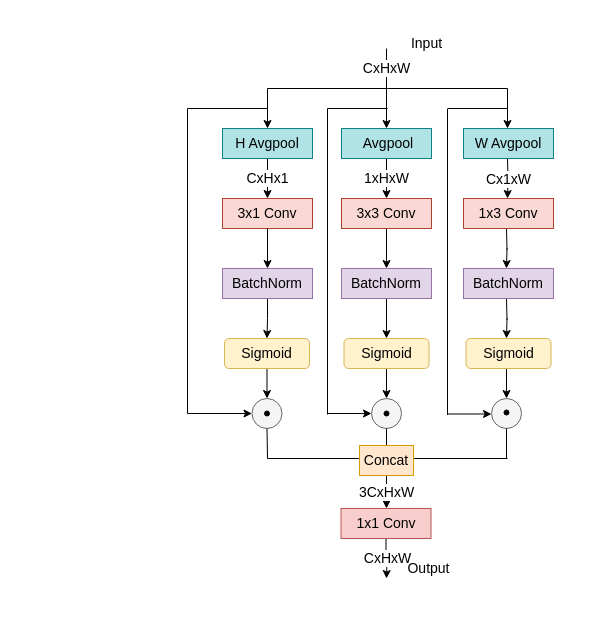
Dshdarkness/Timporal_is_all_U_need keeps this draw.io diagram as 裂缝检测三元坐标注意力模块.drawio. Above is the earlier version. Source tidied: cells renumbered, new cells numbered last; positions are measured from the earlier drawing's top-left corner, leaving out a move shared by most shapes. Both pictures are drawn from the tidied source at 100%, with x=0, y=0 at pixel (17, 28).
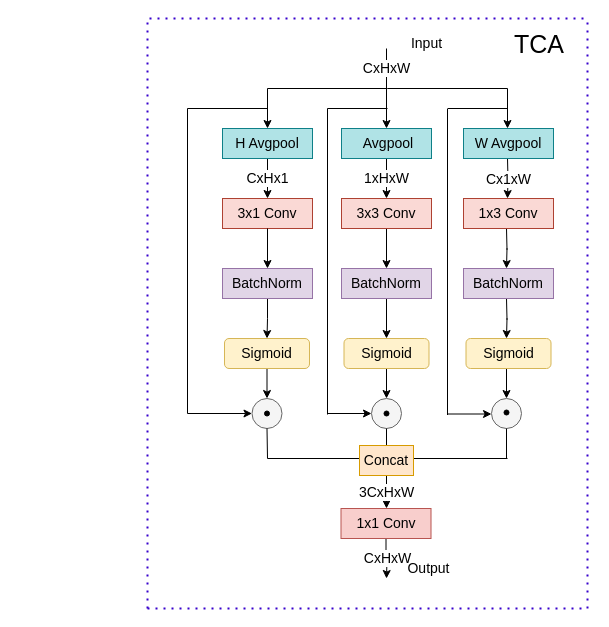
The same page after the edit.

Commit message:
更新裂缝检测三元坐标注意力模块.drawio

What changed in the source:
```diff
@@
+    <mxCell id="59" style="endArrow=none;dashed=1;html=1;dashPattern=1 3;strokeWidth=2;rounded=0;fontSize=25;fillColor=#6a00ff;strokeColor=#3700CC;" parent="1" edge="1">
+      <mxGeometry relative="1" as="geometry">
+        <mxPoint x="130" y="580" as="sourcePoint" />
+        <mxPoint x="130" y="-10" as="targetPoint" />
+      </mxGeometry>
+    </mxCell>
+    <mxCell id="60" style="endArrow=none;dashed=1;html=1;dashPattern=1 3;strokeWidth=2;rounded=0;fontSize=25;fillColor=#6a00ff;strokeColor=#3700CC;" parent="1" edge="1">
+      <mxGeometry relative="1" as="geometry">
+        <mxPoint x="130" y="580" as="sourcePoint" />
+        <mxPoint x="570" y="580" as="targetPoint" />
+      </mxGeometry>
+    </mxCell>
+    <mxCell id="61" style="endArrow=none;dashed=1;html=1;dashPattern=1 3;strokeWidth=2;rounded=0;fontSize=25;fillColor=#6a00ff;strokeColor=#3700CC;" parent="1" edge="1">
+      <mxGeometry relative="1" as="geometry">
+        <mxPoint x="132" y="-10" as="sourcePoint" />
+        <mxPoint x="572" y="-10" as="targetPoint" />
+      </mxGeometry>
+    </mxCell>
+    <mxCell id="62" style="endArrow=none;dashed=1;html=1;dashPattern=1 3;strokeWidth=2;rounded=0;fontSize=25;fillColor=#6a00ff;strokeColor=#3700CC;" parent="1" edge="1">
+      <mxGeometry relative="1" as="geometry">
+        <mxPoint x="570" y="580" as="sourcePoint" />
+        <mxPoint x="570" y="-10" as="targetPoint" />
+      </mxGeometry>
+    </mxCell>
+    <mxCell id="63" value="TCA" style="text;html=1;strokeColor=none;fillColor=none;align=center;verticalAlign=middle;whiteSpace=wrap;rounded=0;fontSize=25;" parent="1" vertex="1">
+      <mxGeometry x="492" width="60" height="30" as="geometry" />
+    </mxCell>
```
